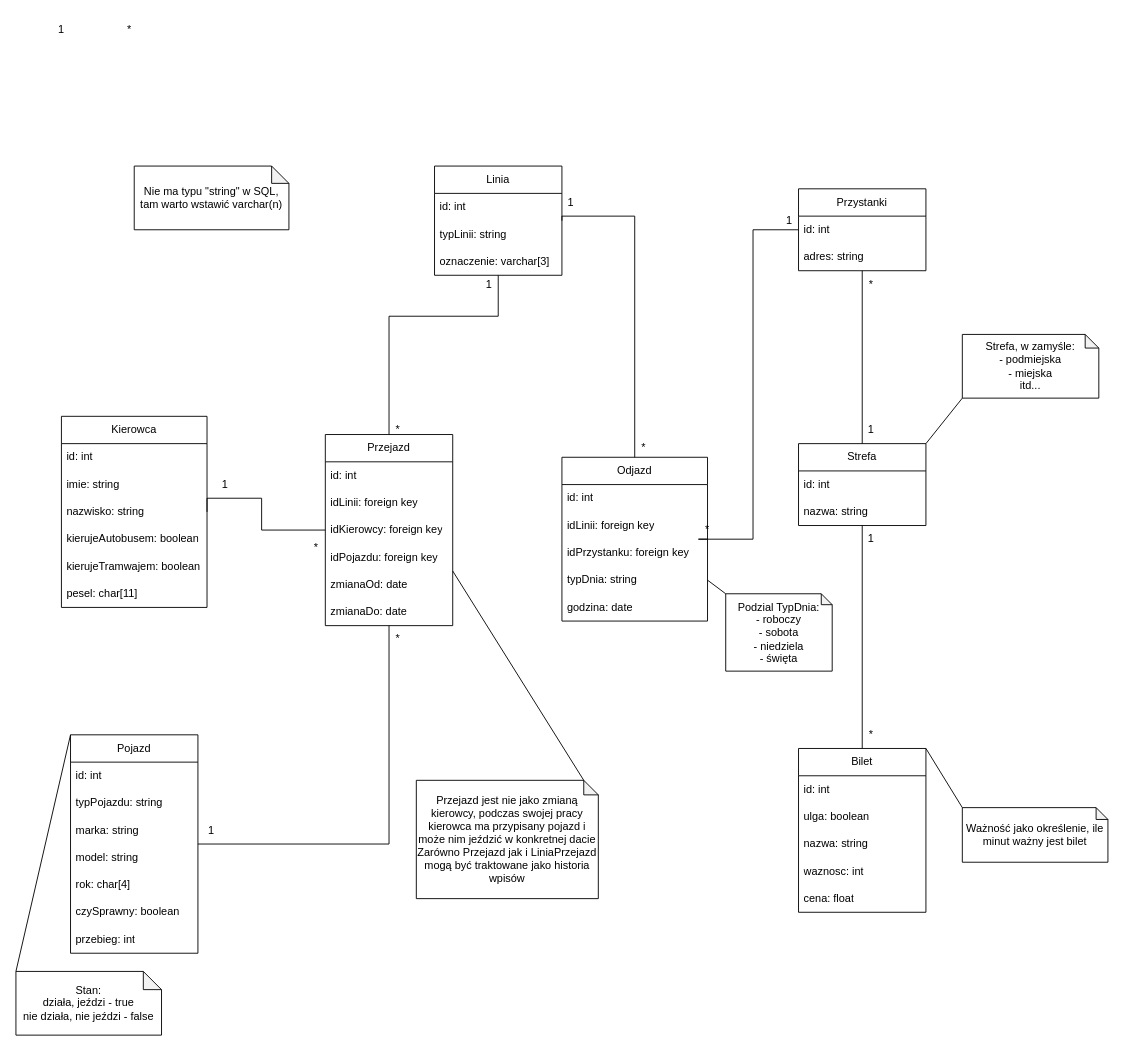
This is TableDiagram.drawio from Pietrzaaq/bus-base, a draw.io file, before an edit. Source tidied: cells renumbered, new cells numbered last; positions are measured from the earlier drawing's top-left corner, leaving out a move shared by most shapes. Both pictures are drawn from the tidied source at 91%, with x=0, y=0 at pixel (15, 15).
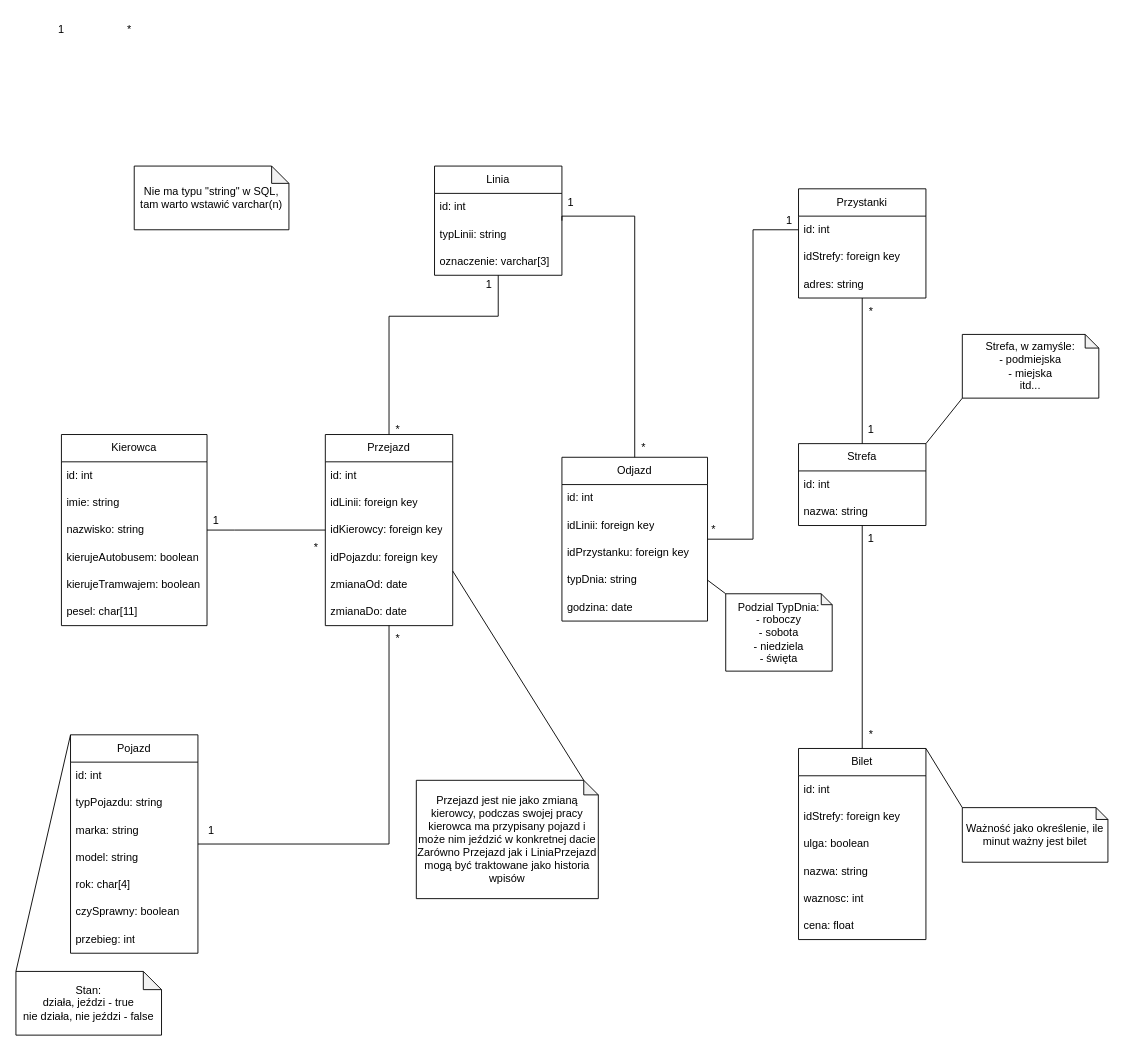
After the change.

Commit message (it also covers changes not shown here):
fixup! doc: table diagram

Unchanged cells that the change refers to:
```xml
<mxCell id="10" value="id: int" style="text;strokeColor=none;fillColor=none;align=left;verticalAlign=middle;spacingLeft=4;spacingRight=4;overflow=hidden;points=[[0,0.5],[1,0.5]];portConstraint=eastwest;whiteSpace=wrap;html=1;" parent="9" vertex="1">
  <mxGeometry y="30" width="140" height="30" as="geometry" />
</mxCell>
<mxCell id="41" value="Przejazd" style="swimlane;fontStyle=0;horizontal=1;startSize=30;whiteSpace=wrap;html=1;" parent="1" vertex="1">
  <mxGeometry x="340" y="460" width="140" height="210" as="geometry" />
</mxCell>
<mxCell id="48" value="Odjazd" style="swimlane;fontStyle=0;horizontal=1;startSize=30;whiteSpace=wrap;html=1;" parent="1" vertex="1">
  <mxGeometry x="600" y="485" width="160" height="180" as="geometry" />
</mxCell>
```

Change to the diagram source:
```diff
@@
     <mxCell id="9" value="Przystanki" style="swimlane;fontStyle=0;horizontal=1;startSize=30;whiteSpace=wrap;html=1;" parent="1" vertex="1">
-      <mxGeometry x="860" y="190" width="140" height="90" as="geometry" />
+      <mxGeometry x="860" y="190" width="140" height="120" as="geometry" />
     </mxCell>
@@
+    <mxCell id="80" value="idStrefy: foreign key" style="text;strokeColor=none;fillColor=none;align=left;verticalAlign=middle;spacingLeft=4;spacingRight=4;overflow=hidden;whiteSpace=wrap;html=1;" parent="9" vertex="1">
+      <mxGeometry y="60" width="140" height="30" as="geometry" />
+    </mxCell>
     <mxCell id="11" value="adres: string" style="text;strokeColor=none;fillColor=none;align=left;verticalAlign=middle;spacingLeft=4;spacingRight=4;overflow=hidden;whiteSpace=wrap;html=1;" parent="9" vertex="1">
-      <mxGeometry y="60" width="140" height="30" as="geometry" />
+      <mxGeometry y="90" width="140" height="30" as="geometry" />
     </mxCell>
@@
     <mxCell id="17" value="*" style="text;html=1;strokeColor=none;fillColor=none;align=center;verticalAlign=middle;whiteSpace=wrap;rounded=0;" parent="1" vertex="1">
-      <mxGeometry x="910" y="280" width="60" height="30" as="geometry" />
+      <mxGeometry x="910" y="310" width="60" height="30" as="geometry" />
     </mxCell>
     <mxCell id="18" value="Bilet" style="swimlane;fontStyle=0;horizontal=1;startSize=30;whiteSpace=wrap;html=1;" parent="1" vertex="1">
-      <mxGeometry x="860" y="805" width="140" height="180" as="geometry" />
+      <mxGeometry x="860" y="805" width="140" height="210" as="geometry" />
     </mxCell>
@@
+    <mxCell id="81" value="idStrefy: foreign key" style="text;strokeColor=none;fillColor=none;align=left;verticalAlign=middle;spacingLeft=4;spacingRight=4;overflow=hidden;whiteSpace=wrap;html=1;" parent="18" vertex="1">
+      <mxGeometry y="60" width="140" height="30" as="geometry" />
+    </mxCell>
     <mxCell id="20" value="ulga: boolean" style="text;strokeColor=none;fillColor=none;align=left;verticalAlign=middle;spacingLeft=4;spacingRight=4;overflow=hidden;whiteSpace=wrap;html=1;" parent="18" vertex="1">
-      <mxGeometry y="60" width="140" height="30" as="geometry" />
+      <mxGeometry y="90" width="140" height="30" as="geometry" />
     </mxCell>
     <mxCell id="21" value="nazwa: string" style="text;strokeColor=none;fillColor=none;align=left;verticalAlign=middle;spacingLeft=4;spacingRight=4;overflow=hidden;whiteSpace=wrap;html=1;" parent="18" vertex="1">
-      <mxGeometry y="90" width="140" height="30" as="geometry" />
+      <mxGeometry y="120" width="140" height="30" as="geometry" />
     </mxCell>
     <mxCell id="22" value="waznosc: int" style="text;strokeColor=none;fillColor=none;align=left;verticalAlign=middle;spacingLeft=4;spacingRight=4;overflow=hidden;whiteSpace=wrap;html=1;" parent="18" vertex="1">
-      <mxGeometry y="120" width="140" height="30" as="geometry" />
+      <mxGeometry y="150" width="140" height="30" as="geometry" />
     </mxCell>
     <mxCell id="23" value="cena: float" style="text;strokeColor=none;fillColor=none;align=left;verticalAlign=middle;spacingLeft=4;spacingRight=4;overflow=hidden;whiteSpace=wrap;html=1;" parent="18" vertex="1">
-      <mxGeometry y="150" width="140" height="30" as="geometry" />
+      <mxGeometry y="180" width="140" height="30" as="geometry" />
     </mxCell>
@@
     <mxCell id="26" value="Kierowca" style="swimlane;fontStyle=0;horizontal=1;startSize=30;whiteSpace=wrap;html=1;" parent="1" vertex="1">
-      <mxGeometry x="50" y="440" width="160" height="210" as="geometry" />
+      <mxGeometry x="50" y="460" width="160" height="210" as="geometry" />
     </mxCell>
@@
     <mxCell id="54" style="edgeStyle=orthogonalEdgeStyle;rounded=0;jettySize=auto;html=1;endArrow=none;endFill=0;entryX=1;entryY=0.5;entryDx=0;entryDy=0;exitX=0;exitY=0.5;exitDx=0;exitDy=0;" parent="1" edge="1" source="41" target="26">
       <mxGeometry relative="1" as="geometry">
         <Array as="points">
-          <mxPoint x="270" y="565" />
-          <mxPoint x="270" y="530" />
+          <mxPoint x="240" y="565" />
+          <mxPoint x="240" y="565" />
         </Array>
       </mxGeometry>
     </mxCell>
@@
-    <mxCell id="57" style="edgeStyle=orthogonalEdgeStyle;rounded=0;jettySize=auto;html=1;endArrow=none;endFill=0;entryX=0;entryY=0.5;entryDx=0;entryDy=0;exitX=1;exitY=0.5;exitDx=0;exitDy=0;" parent="1" edge="1" source="48" target="10">
+    <mxCell id="57" style="edgeStyle=orthogonalEdgeStyle;rounded=0;jettySize=auto;html=1;endArrow=none;endFill=0;entryX=0;entryY=0.5;entryDx=0;entryDy=0;" parent="1" edge="1" target="10">
       <mxGeometry relative="1" as="geometry">
+        <mxPoint x="760" y="575" as="sourcePoint" />
         <Array as="points">
-          <mxPoint x="750" y="575" />
           <mxPoint x="810" y="575" />
           <mxPoint x="810" y="235" />
         </Array>
       </mxGeometry>
     </mxCell>
@@
     <mxCell id="59" value="*" style="text;html=1;strokeColor=none;fillColor=none;align=center;verticalAlign=middle;whiteSpace=wrap;rounded=0;" parent="1" vertex="1">
-      <mxGeometry x="750" y="550" width="20" height="30" as="geometry" />
+      <mxGeometry x="757" y="550" width="20" height="30" as="geometry" />
     </mxCell>
@@
     <mxCell id="63" value="1" style="text;html=1;strokeColor=none;fillColor=none;align=center;verticalAlign=middle;whiteSpace=wrap;rounded=0;" parent="1" vertex="1">
-      <mxGeometry x="200" y="500" width="60" height="30" as="geometry" />
+      <mxGeometry x="190" y="540" width="60" height="30" as="geometry" />
     </mxCell>
```
